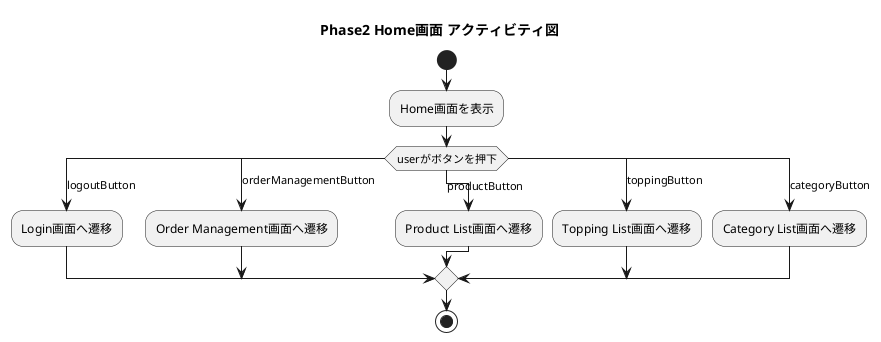
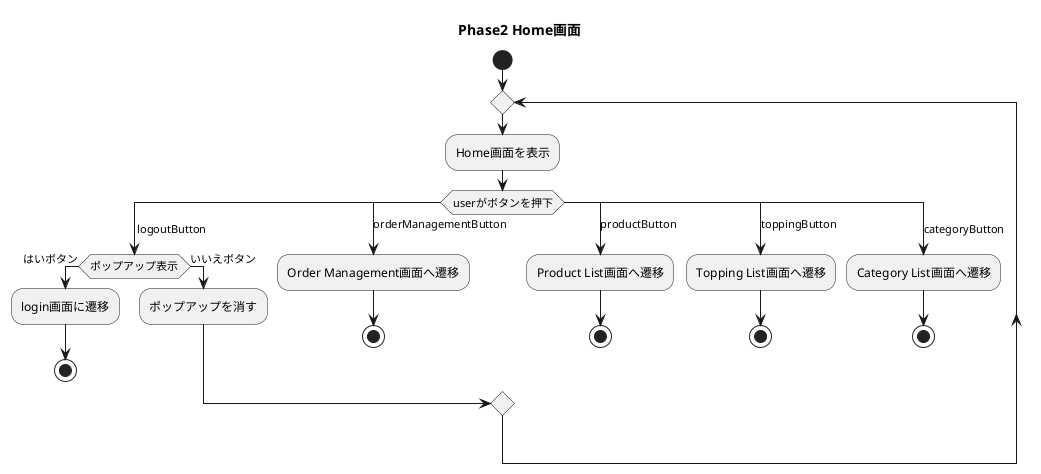
@startuml

- title Phase2 Home画面 アクティビティ図
+ title Phase2 Home画面

start
- 
+ repeat
:Home画面を表示;
switch (userがボタンを押下)

- case (logoutButton)
-     :Login画面へ遷移;
+ case ( logoutButton)
+ if (ポップアップ表示) then (はいボタン)
+ :login画面に遷移;
+ stop
+ else (いいえボタン)
+ :ポップアップを消す;
+ end if

case (orderManagementButton)
    :Order Management画面へ遷移;
- 
+ stop
case (productButton)
    :Product List画面へ遷移;
- 
+ stop
case (toppingButton)
    :Topping List画面へ遷移;
- 
+ stop
case (categoryButton)
    :Category List画面へ遷移;
- 
+ stop
endswitch

- stop
+ 
@enduml